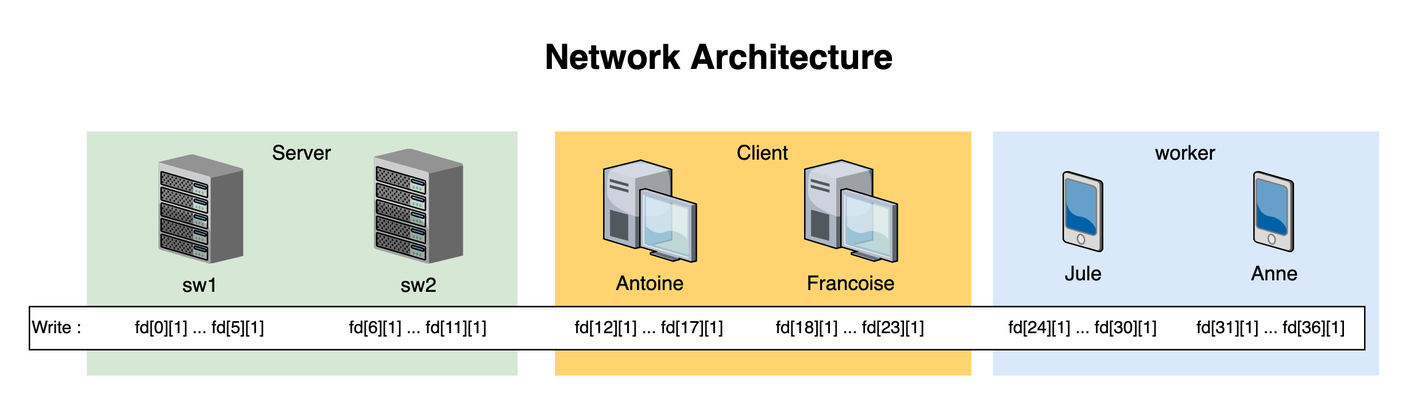
The draw.io diagram tableOfComunication.png in nicolasmtnt/Unix-Process-Undergraduate-Project, before a commit. Source tidied: cells renumbered, new cells last; positions are measured from the earlier drawing's top-left corner, leaving out a move shared by most shapes.
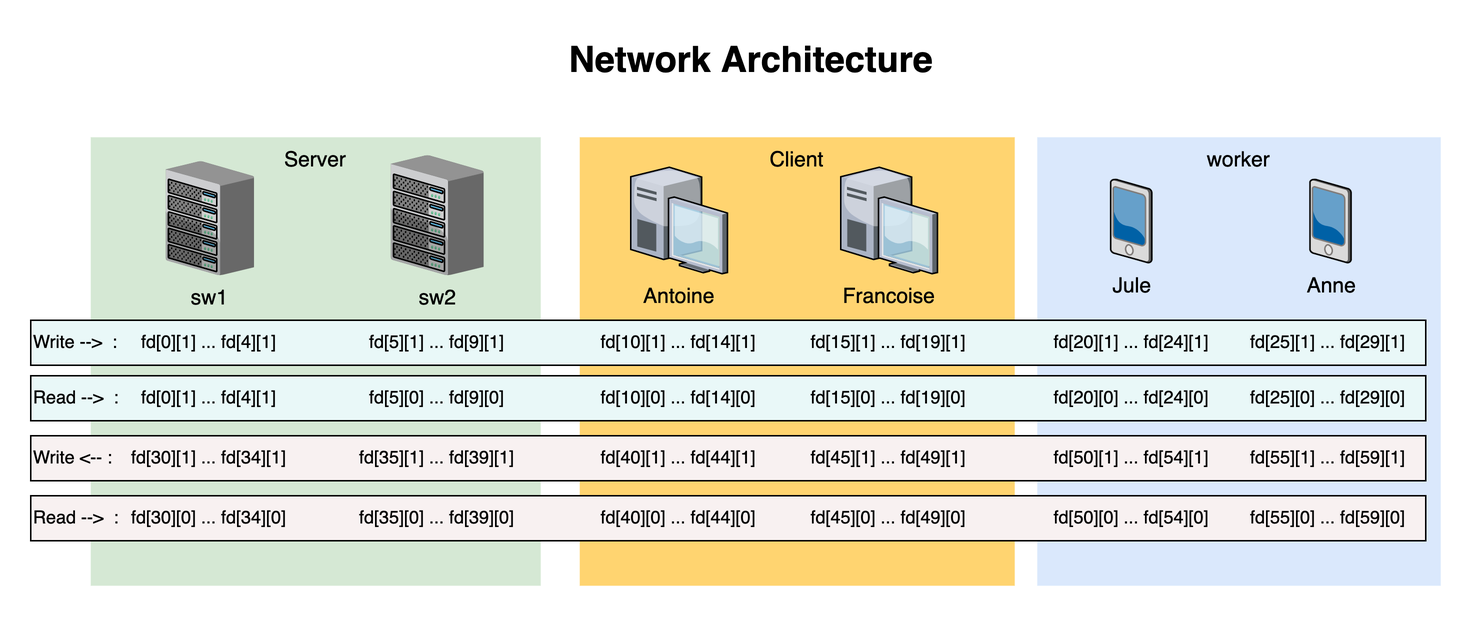
After the change.

Diff of the diagram source:
```diff
@@ -3,13 +3,13 @@
     <mxCell id="0" style="html=1;" />
     <mxCell id="1" style="html=1;" parent="0" />
     <mxCell id="2" value="worker" style="whiteSpace=wrap;html=1;fillColor=#dae8fc;fontSize=14;strokeColor=none;verticalAlign=top;" parent="1" vertex="1">
-      <mxGeometry x="671" y="71" width="269" height="170" as="geometry" />
+      <mxGeometry x="671" y="71" width="269" height="299" as="geometry" />
     </mxCell>
     <mxCell id="3" value="Client" style="whiteSpace=wrap;html=1;fillColor=#FFD470;gradientColor=none;fontSize=14;strokeColor=none;verticalAlign=top;" parent="1" vertex="1">
-      <mxGeometry x="366" y="71" width="290" height="170" as="geometry" />
+      <mxGeometry x="366" y="71" width="290" height="299" as="geometry" />
     </mxCell>
     <mxCell id="4" value="Server" style="whiteSpace=wrap;html=1;fillColor=#d5e8d4;fontSize=14;strokeColor=none;verticalAlign=top;" parent="1" vertex="1">
-      <mxGeometry x="40" y="71" width="300" height="170" as="geometry" />
+      <mxGeometry x="40" y="71" width="300" height="299" as="geometry" />
     </mxCell>
     <mxCell id="5" value="&lt;font&gt;Network Architecture&lt;/font&gt;" style="text;strokeColor=none;fillColor=none;html=1;fontSize=24;fontStyle=1;verticalAlign=middle;align=center;fontFamily=Helvetica;" parent="1" vertex="1">
       <mxGeometry x="49" width="861" height="40" as="geometry" />
@@ -32,26 +32,89 @@
     <mxCell id="11" value="Anne" style="verticalLabelPosition=bottom;html=1;verticalAlign=top;strokeColor=none;shape=mxgraph.citrix.pda;fillColor=#66B2FF;gradientColor=#0066CC;fontSize=14;" parent="1" vertex="1">
       <mxGeometry x="852.8" y="99" width="27.4" height="55.7" as="geometry" />
     </mxCell>
-    <mxCell id="12" value="Write :" style="rounded=0;whiteSpace=wrap;html=1;align=left;fontFamily=Helvetica;" parent="1" vertex="1">
+    <mxCell id="12" value="Write --&amp;gt;&amp;nbsp; :" style="rounded=0;whiteSpace=wrap;html=1;align=left;fontFamily=Helvetica;fillColor=#E9F8F8;strokeColor=#000000;" parent="1" vertex="1">
       <mxGeometry y="193" width="930" height="30" as="geometry" />
     </mxCell>
-    <mxCell id="13" value="fd[0][1] ... fd[5][1]" style="text;html=1;strokeColor=none;fillColor=none;align=center;verticalAlign=middle;whiteSpace=wrap;rounded=0;fontFamily=Helvetica;" parent="1" vertex="1">
+    <mxCell id="13" value="fd[0][1] ... fd[4][1]" style="text;html=1;strokeColor=none;fillColor=none;align=center;verticalAlign=middle;whiteSpace=wrap;rounded=0;fontFamily=Helvetica;" parent="1" vertex="1">
       <mxGeometry x="64.4" y="193" width="110" height="30" as="geometry" />
     </mxCell>
-    <mxCell id="14" value="fd[6][1] ... fd[11][1]" style="text;html=1;strokeColor=none;fillColor=none;align=center;verticalAlign=middle;whiteSpace=wrap;rounded=0;fontFamily=Helvetica;" parent="1" vertex="1">
+    <mxCell id="14" value="fd[5][1] ... fd[9][1]" style="text;html=1;strokeColor=none;fillColor=none;align=center;verticalAlign=middle;whiteSpace=wrap;rounded=0;fontFamily=Helvetica;" parent="1" vertex="1">
       <mxGeometry x="216" y="193" width="110" height="30" as="geometry" />
     </mxCell>
-    <mxCell id="15" value="fd[12][1] ... fd[17][1]" style="text;html=1;strokeColor=none;fillColor=none;align=center;verticalAlign=middle;whiteSpace=wrap;rounded=0;fontFamily=Helvetica;" parent="1" vertex="1">
+    <mxCell id="15" value="fd[10][1] ... fd[14][1]" style="text;html=1;strokeColor=none;fillColor=none;align=center;verticalAlign=middle;whiteSpace=wrap;rounded=0;fontFamily=Helvetica;" parent="1" vertex="1">
       <mxGeometry x="377.2" y="193" width="110" height="30" as="geometry" />
     </mxCell>
-    <mxCell id="16" value="fd[18][1] ... fd[23][1]" style="text;html=1;strokeColor=none;fillColor=none;align=center;verticalAlign=middle;whiteSpace=wrap;rounded=0;fontFamily=Helvetica;" parent="1" vertex="1">
+    <mxCell id="16" value="fd[15][1] ... fd[19][1]" style="text;html=1;strokeColor=none;fillColor=none;align=center;verticalAlign=middle;whiteSpace=wrap;rounded=0;fontFamily=Helvetica;" parent="1" vertex="1">
       <mxGeometry x="517.2" y="193" width="110" height="30" as="geometry" />
     </mxCell>
-    <mxCell id="17" value="fd[24][1] ... fd[30][1]" style="text;html=1;strokeColor=none;fillColor=none;align=center;verticalAlign=middle;whiteSpace=wrap;rounded=0;fontFamily=Helvetica;" parent="1" vertex="1">
+    <mxCell id="17" value="fd[20][1] ... fd[24][1]" style="text;html=1;strokeColor=none;fillColor=none;align=center;verticalAlign=middle;whiteSpace=wrap;rounded=0;fontFamily=Helvetica;" parent="1" vertex="1">
       <mxGeometry x="678.7" y="193" width="110" height="30" as="geometry" />
     </mxCell>
-    <mxCell id="18" value="fd[31][1] ... fd[36][1]" style="text;html=1;strokeColor=none;fillColor=none;align=center;verticalAlign=middle;whiteSpace=wrap;rounded=0;fontFamily=Helvetica;" parent="1" vertex="1">
+    <mxCell id="18" value="fd[25][1] ... fd[29][1]" style="text;html=1;strokeColor=none;fillColor=none;align=center;verticalAlign=middle;whiteSpace=wrap;rounded=0;fontFamily=Helvetica;" parent="1" vertex="1">
       <mxGeometry x="810" y="193" width="110" height="30" as="geometry" />
     </mxCell>
+    <mxCell id="19" value="Read --&amp;gt;&amp;nbsp; :" style="rounded=0;whiteSpace=wrap;html=1;align=left;fontFamily=Helvetica;fillColor=#E9F8F8;strokeColor=#000000;" parent="1" vertex="1">
+      <mxGeometry y="230" width="930" height="30" as="geometry" />
+    </mxCell>
+    <mxCell id="20" value="Write &amp;lt;-- :" style="rounded=0;whiteSpace=wrap;html=1;align=left;fontFamily=Helvetica;fillColor=#F8F1F1;strokeColor=#000000;" parent="1" vertex="1">
+      <mxGeometry y="270" width="930" height="30" as="geometry" />
+    </mxCell>
+    <mxCell id="21" value="fd[30][1] ... fd[34][1]" style="text;html=1;strokeColor=none;fillColor=none;align=center;verticalAlign=middle;whiteSpace=wrap;rounded=0;fontFamily=Helvetica;" parent="1" vertex="1">
+      <mxGeometry x="64.4" y="270" width="110" height="30" as="geometry" />
+    </mxCell>
+    <mxCell id="22" value="fd[35][1] ... fd[39][1]" style="text;html=1;strokeColor=none;fillColor=none;align=center;verticalAlign=middle;whiteSpace=wrap;rounded=0;fontFamily=Helvetica;" parent="1" vertex="1">
+      <mxGeometry x="216" y="270" width="110" height="30" as="geometry" />
+    </mxCell>
+    <mxCell id="23" value="fd[40][1] ... fd[44][1]" style="text;html=1;strokeColor=none;fillColor=none;align=center;verticalAlign=middle;whiteSpace=wrap;rounded=0;fontFamily=Helvetica;" parent="1" vertex="1">
+      <mxGeometry x="377.2" y="270" width="110" height="30" as="geometry" />
+    </mxCell>
+    <mxCell id="24" value="fd[45][1] ... fd[49][1]" style="text;html=1;strokeColor=none;fillColor=none;align=center;verticalAlign=middle;whiteSpace=wrap;rounded=0;fontFamily=Helvetica;" parent="1" vertex="1">
+      <mxGeometry x="517.2" y="270" width="110" height="30" as="geometry" />
+    </mxCell>
+    <mxCell id="25" value="fd[50][1] ... fd[54][1]" style="text;html=1;strokeColor=none;fillColor=none;align=center;verticalAlign=middle;whiteSpace=wrap;rounded=0;fontFamily=Helvetica;" parent="1" vertex="1">
+      <mxGeometry x="678.7" y="270" width="110" height="30" as="geometry" />
+    </mxCell>
+    <mxCell id="26" value="fd[55][1] ... fd[59][1]" style="text;html=1;strokeColor=none;fillColor=none;align=center;verticalAlign=middle;whiteSpace=wrap;rounded=0;fontFamily=Helvetica;" parent="1" vertex="1">
+      <mxGeometry x="810" y="270" width="110" height="30" as="geometry" />
+    </mxCell>
+    <mxCell id="27" value="Read --&amp;gt;&amp;nbsp; :" style="rounded=0;whiteSpace=wrap;html=1;align=left;fontFamily=Helvetica;fillColor=#F8F1F1;strokeColor=#000000;" parent="1" vertex="1">
+      <mxGeometry y="310" width="930" height="30" as="geometry" />
+    </mxCell>
+    <mxCell id="28" value="fd[0][1] ... fd[4][1]" style="text;html=1;strokeColor=none;fillColor=none;align=center;verticalAlign=middle;whiteSpace=wrap;rounded=0;fontFamily=Helvetica;" parent="1" vertex="1">
+      <mxGeometry x="64.4" y="230" width="110" height="30" as="geometry" />
+    </mxCell>
+    <mxCell id="29" value="fd[5][0] ... fd[9][0]" style="text;html=1;strokeColor=none;fillColor=none;align=center;verticalAlign=middle;whiteSpace=wrap;rounded=0;fontFamily=Helvetica;" parent="1" vertex="1">
+      <mxGeometry x="216" y="230" width="110" height="30" as="geometry" />
+    </mxCell>
+    <mxCell id="30" value="fd[10][0] ... fd[14][0]" style="text;html=1;strokeColor=none;fillColor=none;align=center;verticalAlign=middle;whiteSpace=wrap;rounded=0;fontFamily=Helvetica;" parent="1" vertex="1">
+      <mxGeometry x="377.2" y="230" width="110" height="30" as="geometry" />
+    </mxCell>
+    <mxCell id="31" value="fd[15][0] ... fd[19][0]" style="text;html=1;strokeColor=none;fillColor=none;align=center;verticalAlign=middle;whiteSpace=wrap;rounded=0;fontFamily=Helvetica;" parent="1" vertex="1">
+      <mxGeometry x="517.2" y="230" width="110" height="30" as="geometry" />
+    </mxCell>
+    <mxCell id="32" value="fd[20][0] ... fd[24][0]" style="text;html=1;strokeColor=none;fillColor=none;align=center;verticalAlign=middle;whiteSpace=wrap;rounded=0;fontFamily=Helvetica;" parent="1" vertex="1">
+      <mxGeometry x="678.7" y="230" width="110" height="30" as="geometry" />
+    </mxCell>
+    <mxCell id="33" value="fd[25][0] ... fd[29][0]" style="text;html=1;strokeColor=none;fillColor=none;align=center;verticalAlign=middle;whiteSpace=wrap;rounded=0;fontFamily=Helvetica;" parent="1" vertex="1">
+      <mxGeometry x="810" y="230" width="110" height="30" as="geometry" />
+    </mxCell>
+    <mxCell id="34" value="fd[30][0] ... fd[34][0]" style="text;html=1;strokeColor=none;fillColor=none;align=center;verticalAlign=middle;whiteSpace=wrap;rounded=0;fontFamily=Helvetica;" parent="1" vertex="1">
+      <mxGeometry x="64.4" y="310" width="110" height="30" as="geometry" />
+    </mxCell>
+    <mxCell id="35" value="fd[35][0] ... fd[39][0]" style="text;html=1;strokeColor=none;fillColor=none;align=center;verticalAlign=middle;whiteSpace=wrap;rounded=0;fontFamily=Helvetica;" parent="1" vertex="1">
+      <mxGeometry x="216" y="310" width="110" height="30" as="geometry" />
+    </mxCell>
+    <mxCell id="36" value="fd[40][0] ... fd[44][0]" style="text;html=1;strokeColor=none;fillColor=none;align=center;verticalAlign=middle;whiteSpace=wrap;rounded=0;fontFamily=Helvetica;" parent="1" vertex="1">
+      <mxGeometry x="377.2" y="310" width="110" height="30" as="geometry" />
+    </mxCell>
+    <mxCell id="37" value="fd[45][0] ... fd[49][0]" style="text;html=1;strokeColor=none;fillColor=none;align=center;verticalAlign=middle;whiteSpace=wrap;rounded=0;fontFamily=Helvetica;" parent="1" vertex="1">
+      <mxGeometry x="517.2" y="310" width="110" height="30" as="geometry" />
+    </mxCell>
+    <mxCell id="38" value="fd[50][0] ... fd[54][0]" style="text;html=1;strokeColor=none;fillColor=none;align=center;verticalAlign=middle;whiteSpace=wrap;rounded=0;fontFamily=Helvetica;" parent="1" vertex="1">
+      <mxGeometry x="678.7" y="310" width="110" height="30" as="geometry" />
+    </mxCell>
+    <mxCell id="39" value="fd[55][0] ... fd[59][0]" style="text;html=1;strokeColor=none;fillColor=none;align=center;verticalAlign=middle;whiteSpace=wrap;rounded=0;fontFamily=Helvetica;" parent="1" vertex="1">
+      <mxGeometry x="810" y="310" width="110" height="30" as="geometry" />
+    </mxCell>
   </root>
 </mxGraphModel>
```
